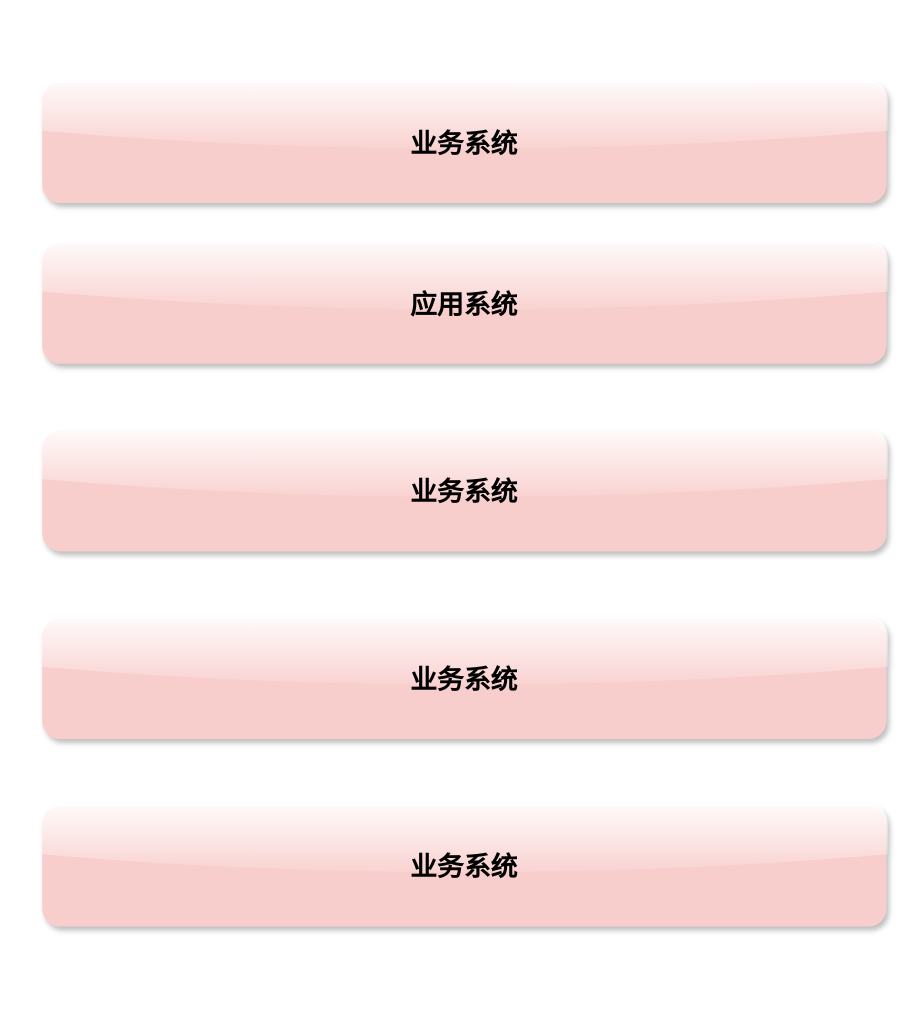
Before: architecture.drawio in cjaack2/Images_Repository, a draw.io diagram. Source tidied: cells renumbered, new cells numbered last; positions are measured from the earlier drawing's top-left corner, leaving out a move shared by most shapes. Both pictures are drawn from the tidied source at 134%, with x=0, y=0 at pixel (42, 82).
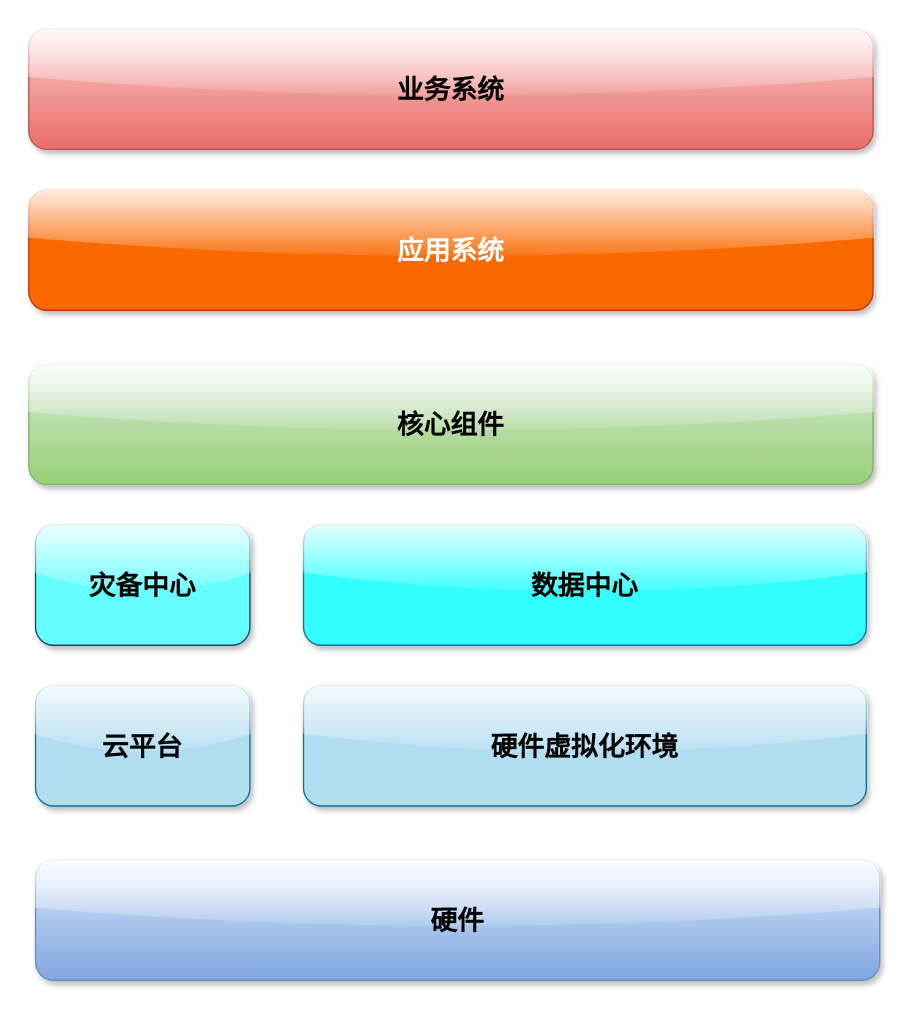
The same page after the edit.

What changed in the source:
```diff
@@
 <mxGraphModel>
   <root>
     <mxCell id="0" />
     <mxCell id="1" parent="0" />
-    <mxCell id="2" value="&lt;b&gt;&lt;font style=&quot;font-size: 20px&quot;&gt;应用系统&lt;/font&gt;&lt;/b&gt;" style="rounded=1;whiteSpace=wrap;html=1;fillColor=#f8cecc;strokeColor=none;shadow=1;sketch=0;glass=1;" parent="1" vertex="1">
-      <mxGeometry y="120" width="630" height="90" as="geometry" />
+    <mxCell id="2" value="&lt;b&gt;&lt;font style=&quot;font-size: 20px&quot;&gt;应用系统&lt;/font&gt;&lt;/b&gt;" style="rounded=1;whiteSpace=wrap;html=1;fillColor=#fa6800;strokeColor=#C73500;shadow=1;sketch=0;glass=1;fontColor=#ffffff;" parent="1" vertex="1">
+      <mxGeometry x="-10" y="80" width="630" height="90" as="geometry" />
     </mxCell>
-    <mxCell id="3" value="&lt;b&gt;&lt;font style=&quot;font-size: 20px&quot;&gt;业务系统&lt;/font&gt;&lt;/b&gt;" style="rounded=1;whiteSpace=wrap;html=1;fillColor=#f8cecc;strokeColor=none;shadow=1;sketch=0;glass=1;" parent="1" vertex="1">
-      <mxGeometry y="260" width="630" height="90" as="geometry" />
+    <mxCell id="3" value="&lt;b&gt;&lt;font style=&quot;font-size: 20px&quot;&gt;核心组件&lt;/font&gt;&lt;/b&gt;" style="rounded=1;whiteSpace=wrap;html=1;fillColor=#d5e8d4;strokeColor=#82b366;shadow=1;sketch=0;glass=1;gradientColor=#97d077;" parent="1" vertex="1">
+      <mxGeometry x="-10" y="210" width="630" height="90" as="geometry" />
     </mxCell>
-    <mxCell id="4" value="&lt;b&gt;&lt;font style=&quot;font-size: 20px&quot;&gt;业务系统&lt;/font&gt;&lt;/b&gt;" style="rounded=1;whiteSpace=wrap;html=1;fillColor=#f8cecc;strokeColor=none;shadow=1;sketch=0;glass=1;" parent="1" vertex="1">
-      <mxGeometry y="400" width="630" height="90" as="geometry" />
+    <mxCell id="4" value="&lt;span style=&quot;font-size: 20px&quot;&gt;&lt;b&gt;灾备中心&lt;/b&gt;&lt;/span&gt;" style="rounded=1;whiteSpace=wrap;html=1;strokeColor=#23445d;shadow=1;sketch=0;glass=1;fillColor=#66FFFF;" parent="1" vertex="1">
+      <mxGeometry x="-5" y="330" width="160" height="90" as="geometry" />
     </mxCell>
-    <mxCell id="5" value="&lt;b&gt;&lt;font style=&quot;font-size: 20px&quot;&gt;业务系统&lt;/font&gt;&lt;/b&gt;" style="rounded=1;whiteSpace=wrap;html=1;fillColor=#f8cecc;strokeColor=none;shadow=1;sketch=0;glass=1;" parent="1" vertex="1">
-      <mxGeometry y="540" width="630" height="90" as="geometry" />
+    <mxCell id="5" value="&lt;span style=&quot;font-size: 20px&quot;&gt;&lt;b&gt;硬件&lt;/b&gt;&lt;/span&gt;" style="rounded=1;whiteSpace=wrap;html=1;fillColor=#dae8fc;strokeColor=#6c8ebf;shadow=1;sketch=0;glass=1;gradientColor=#7ea6e0;" parent="1" vertex="1">
+      <mxGeometry x="-5" y="580" width="630" height="90" as="geometry" />
     </mxCell>
-    <mxCell id="6" value="&lt;b&gt;&lt;font style=&quot;font-size: 20px&quot;&gt;业务系统&lt;/font&gt;&lt;/b&gt;" style="rounded=1;whiteSpace=wrap;html=1;fillColor=#f8cecc;strokeColor=none;shadow=1;sketch=0;glass=1;" parent="1" vertex="1">
-      <mxGeometry width="630" height="90" as="geometry" />
+    <mxCell id="6" value="&lt;b&gt;&lt;font style=&quot;font-size: 20px&quot;&gt;业务系统&lt;/font&gt;&lt;/b&gt;" style="rounded=1;whiteSpace=wrap;html=1;fillColor=#f8cecc;strokeColor=#b85450;shadow=1;sketch=0;glass=1;gradientColor=#ea6b66;" parent="1" vertex="1">
+      <mxGeometry x="-10" y="-40" width="630" height="90" as="geometry" />
     </mxCell>
+    <mxCell id="7" value="&lt;b&gt;&lt;font style=&quot;font-size: 20px&quot;&gt;数据中心&lt;/font&gt;&lt;/b&gt;" style="rounded=1;whiteSpace=wrap;html=1;strokeColor=#10739e;shadow=1;sketch=0;glass=1;fillColor=#33FFFF;" parent="1" vertex="1">
+      <mxGeometry x="195" y="330" width="420" height="90" as="geometry" />
+    </mxCell>
+    <mxCell id="8" value="&lt;b&gt;&lt;font style=&quot;font-size: 20px&quot;&gt;云平台&lt;/font&gt;&lt;/b&gt;" style="rounded=1;whiteSpace=wrap;html=1;strokeColor=#10739e;shadow=1;sketch=0;glass=1;fillColor=#b1ddf0;" parent="1" vertex="1">
+      <mxGeometry x="-5" y="450" width="160" height="90" as="geometry" />
+    </mxCell>
+    <mxCell id="9" value="&lt;b&gt;&lt;font style=&quot;font-size: 20px&quot;&gt;硬件虚拟化环境&lt;/font&gt;&lt;/b&gt;" style="rounded=1;whiteSpace=wrap;html=1;fillColor=#b1ddf0;strokeColor=#10739e;shadow=1;sketch=0;glass=1;" parent="1" vertex="1">
+      <mxGeometry x="195" y="450" width="420" height="90" as="geometry" />
+    </mxCell>
   </root>
 </mxGraphModel>
```
